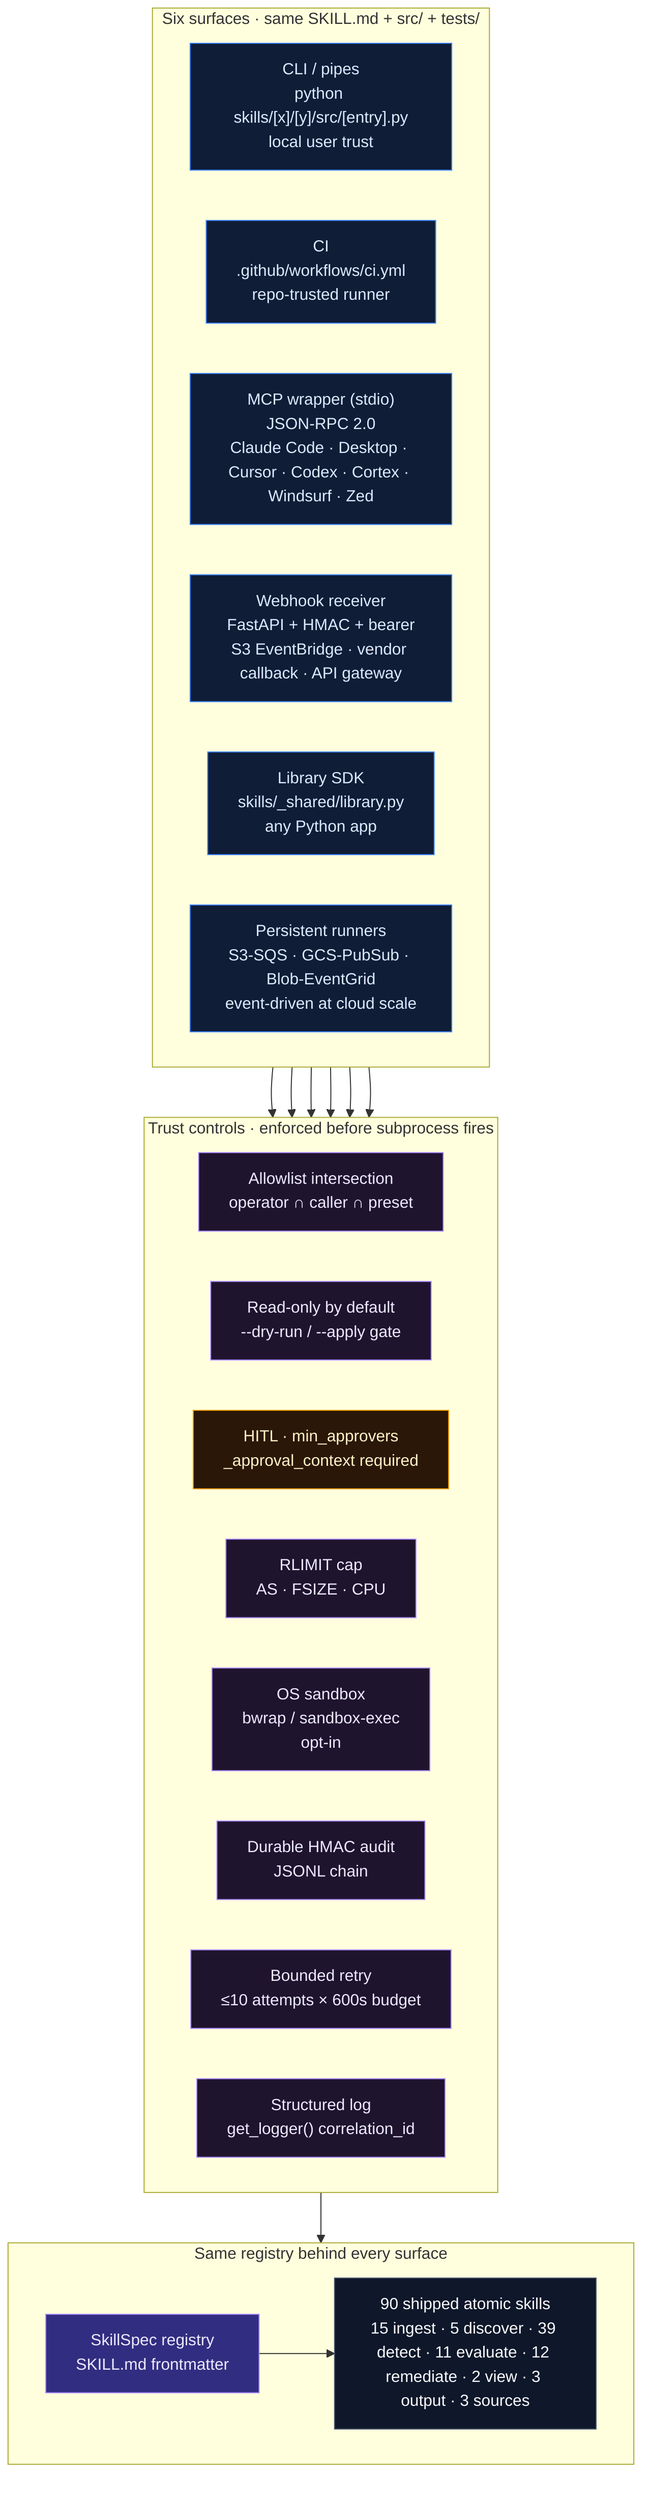
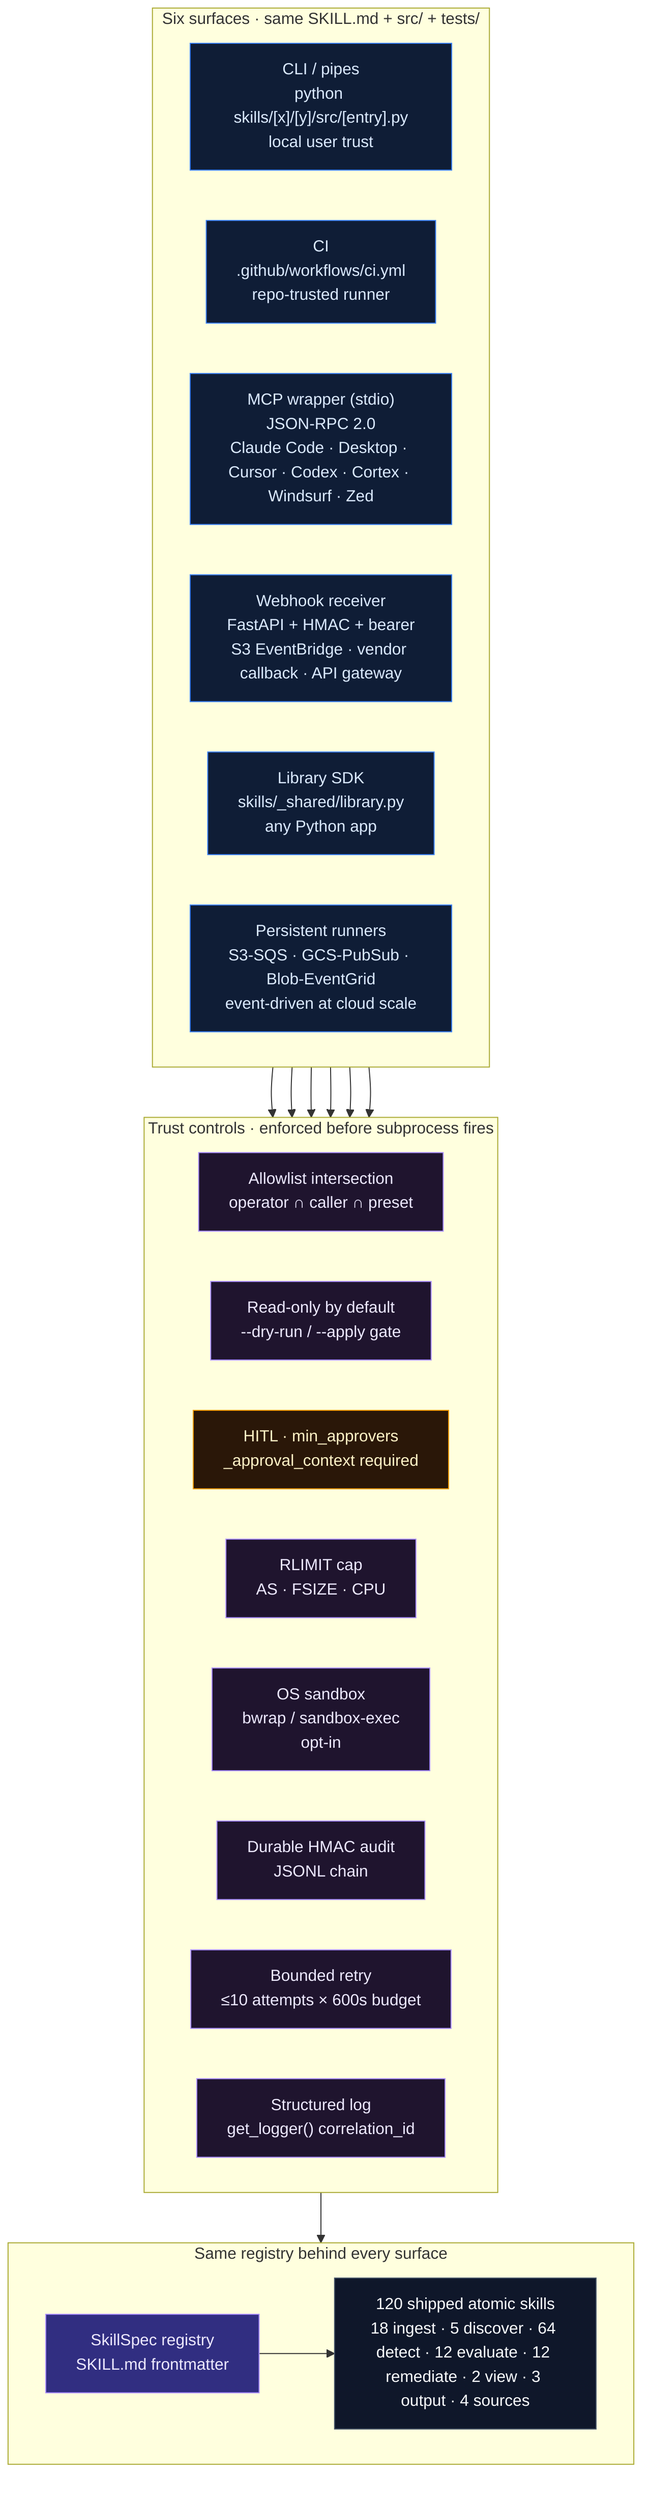
%% Surface comparison — six shipped surfaces with the same skill bundle
%% behind every one. Each surface adds its own transport + auth +
%% guardrail layer; every column converges at the SkillSpec registry
- %% and the 90 atomic skills below it.
+ %% and the 120 atomic skills below it.
flowchart TD
  classDef surface fill:#0f1d36,stroke:#3b82f6,color:#dbeafe
  classDef control fill:#1f142e,stroke:#a78bfa,color:#ede9fe
  classDef registry fill:#312e81,stroke:#a78bfa,color:#ede9fe
  classDef skills fill:#0f172a,stroke:#475569,color:#f8fafc
  classDef gate fill:#2a1708,stroke:#f59e0b,color:#fef3c7

  subgraph SURFACES["Six surfaces · same SKILL.md + src/ + tests/"]
    direction LR
    cli["CLI / pipes<br/>python skills/[x]/[y]/src/[entry].py<br/>local user trust"]:::surface
    ci["CI<br/>.github/workflows/ci.yml<br/>repo-trusted runner"]:::surface
    mcp["MCP wrapper (stdio)<br/>JSON-RPC 2.0<br/>Claude Code · Desktop · Cursor · Codex · Cortex · Windsurf · Zed"]:::surface
    web["Webhook receiver<br/>FastAPI + HMAC + bearer<br/>S3 EventBridge · vendor callback · API gateway"]:::surface
    lib["Library SDK<br/>skills/_shared/library.py<br/>any Python app"]:::surface
    runners["Persistent runners<br/>S3-SQS · GCS-PubSub · Blob-EventGrid<br/>event-driven at cloud scale"]:::surface
  end

  subgraph CONTROLS["Trust controls · enforced before subprocess fires"]
    direction LR
    allow["Allowlist intersection<br/>operator ∩ caller ∩ preset"]:::control
    safewrite["Read-only by default<br/>--dry-run / --apply gate"]:::control
    hitl["HITL · min_approvers<br/>_approval_context required"]:::gate
    rlimit["RLIMIT cap<br/>AS · FSIZE · CPU"]:::control
    sandbox["OS sandbox<br/>bwrap / sandbox-exec<br/>opt-in"]:::control
    audit["Durable HMAC audit<br/>JSONL chain"]:::control
    retry["Bounded retry<br/>≤10 attempts × 600s budget"]:::control
    log["Structured log<br/>get_logger() correlation_id"]:::control
  end

  subgraph CORE["Same registry behind every surface"]
    direction LR
    registry["SkillSpec registry<br/>SKILL.md frontmatter"]:::registry
-     skills79["90 shipped atomic skills<br/>15 ingest · 5 discover · 39 detect · 11 evaluate · 12 remediate · 2 view · 3 output · 3 sources"]:::skills
+     skills79["120 shipped atomic skills<br/>18 ingest · 5 discover · 64 detect · 12 evaluate · 12 remediate · 2 view · 3 output · 4 sources"]:::skills
  end

  cli --> CONTROLS
  ci --> CONTROLS
  mcp --> CONTROLS
  web --> CONTROLS
  lib --> CONTROLS
  runners --> CONTROLS

  CONTROLS --> registry
  registry --> skills79
